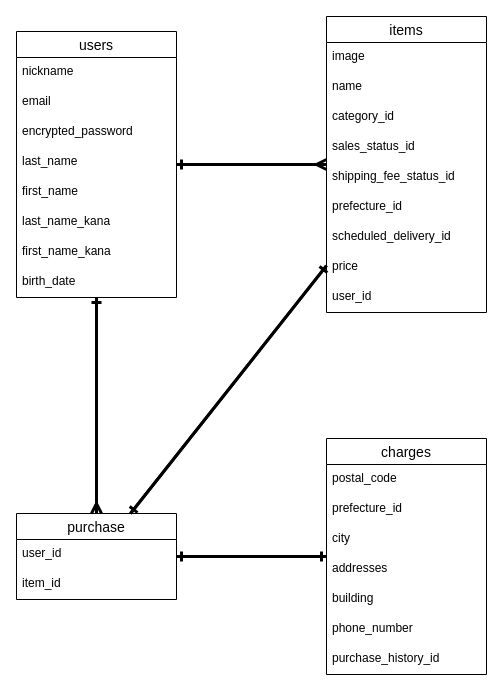
Earlier version of the draw.io diagram furima.dio (yw6870/furima-32560). Source tidied: cells renumbered, new cells numbered last; positions are measured from the earlier drawing's top-left corner, leaving out a move shared by most shapes. Both pictures are drawn from the tidied source at 100%, with x=0, y=0 at pixel (16, 16).
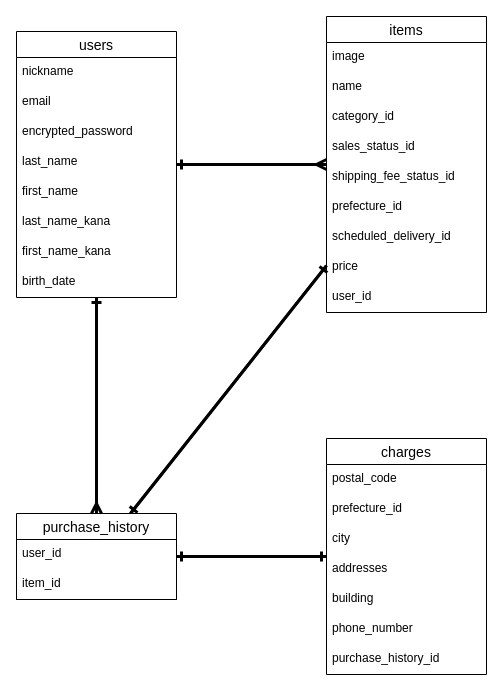
Above is the later version.

Unchanged cells that the change refers to:
```xml
<mxCell id="2" value="users" style="swimlane;fontStyle=0;horizontal=1;startSize=26;align=center;fontSize=14;" parent="1" vertex="1">
  <mxGeometry y="15" width="160" height="266" as="geometry" />
</mxCell>
<mxCell id="11" value="items" style="swimlane;fontStyle=0;horizontal=1;startSize=26;align=center;fontSize=14;" parent="1" vertex="1">
  <mxGeometry x="310" width="160" height="296" as="geometry" />
</mxCell>
<mxCell id="21" value="charges" style="swimlane;fontStyle=0;horizontal=1;startSize=26;align=center;fontSize=14;" parent="1" vertex="1">
  <mxGeometry x="310" y="422" width="160" height="236" as="geometry" />
</mxCell>
```

What changed in the source:
```diff
@@
-    <mxCell id="29" value="purchase" style="swimlane;fontStyle=0;horizontal=1;startSize=26;align=center;fontSize=14;" parent="1" vertex="1">
-      <mxGeometry y="497" width="160" height="86" as="geometry" />
-    </mxCell>
-    <mxCell id="30" value="user_id" style="text;strokeColor=none;fillColor=none;spacingLeft=4;spacingRight=4;overflow=hidden;fontSize=12;" parent="29" vertex="1">
-      <mxGeometry y="26" width="160" height="30" as="geometry" />
-    </mxCell>
-    <mxCell id="31" value="item_id" style="text;strokeColor=none;fillColor=none;spacingLeft=4;spacingRight=4;overflow=hidden;fontSize=12;" parent="29" vertex="1">
-      <mxGeometry y="56" width="160" height="30" as="geometry" />
-    </mxCell>
@@
-    <mxCell id="34" style="fontSize=12;html=1;endArrow=ERone;endFill=1;strokeWidth=3;" parent="1" edge="1" source="11" target="29">
+    <mxCell id="34" style="fontSize=12;html=1;endArrow=ERone;endFill=1;strokeWidth=3;" parent="1" edge="1" source="11" target="40">
       <mxGeometry relative="1" as="geometry" />
     </mxCell>
-    <mxCell id="35" style="fontSize=12;html=1;endArrow=ERone;endFill=1;strokeWidth=3;" parent="1" edge="1" source="29" target="11">
+    <mxCell id="35" style="fontSize=12;html=1;endArrow=ERone;endFill=1;strokeWidth=3;" parent="1" edge="1" source="40" target="11">
       <mxGeometry relative="1" as="geometry" />
     </mxCell>
-    <mxCell id="36" style="fontSize=12;html=1;endArrow=ERone;endFill=1;strokeWidth=3;" parent="1" edge="1" source="29" target="21">
+    <mxCell id="36" style="fontSize=12;html=1;endArrow=ERone;endFill=1;strokeWidth=3;" parent="1" edge="1" source="40" target="21">
       <mxGeometry relative="1" as="geometry" />
     </mxCell>
-    <mxCell id="37" style="fontSize=12;html=1;endArrow=ERone;endFill=1;strokeWidth=3;" parent="1" edge="1" source="21" target="29">
+    <mxCell id="37" style="fontSize=12;html=1;endArrow=ERone;endFill=1;strokeWidth=3;" parent="1" edge="1" source="21" target="40">
       <mxGeometry relative="1" as="geometry" />
     </mxCell>
-    <mxCell id="38" style="fontSize=12;html=1;endArrow=ERone;endFill=1;strokeWidth=3;exitX=0.5;exitY=0;exitDx=0;exitDy=0;" parent="1" edge="1" source="29" target="2">
+    <mxCell id="38" style="fontSize=12;html=1;endArrow=ERone;endFill=1;strokeWidth=3;" parent="1" edge="1" source="40" target="2">
       <mxGeometry relative="1" as="geometry" />
     </mxCell>
@@
+    <mxCell id="40" value="purchase_history" style="swimlane;fontStyle=0;horizontal=1;startSize=26;align=center;fontSize=14;" parent="1" vertex="1">
+      <mxGeometry y="497" width="160" height="86" as="geometry" />
+    </mxCell>
+    <mxCell id="29" style="swimlane;fontStyle=0;horizontal=1;startSize=0;align=center;fontSize=14;" parent="40" vertex="1">
+      <mxGeometry y="26" width="160" height="60" as="geometry" />
+    </mxCell>
+    <mxCell id="30" value="user_id" style="text;strokeColor=none;fillColor=none;spacingLeft=4;spacingRight=4;overflow=hidden;fontSize=12;" parent="29" vertex="1">
+      <mxGeometry width="160" height="30" as="geometry" />
+    </mxCell>
+    <mxCell id="31" value="item_id" style="text;strokeColor=none;fillColor=none;spacingLeft=4;spacingRight=4;overflow=hidden;fontSize=12;" parent="29" vertex="1">
+      <mxGeometry y="30" width="160" height="30" as="geometry" />
+    </mxCell>
+    <mxCell id="41" style="fontSize=12;html=1;endArrow=ERmany;strokeWidth=3;endSize=6;" parent="1" edge="1" source="2" target="40">
+      <mxGeometry relative="1" as="geometry" />
+    </mxCell>
```
